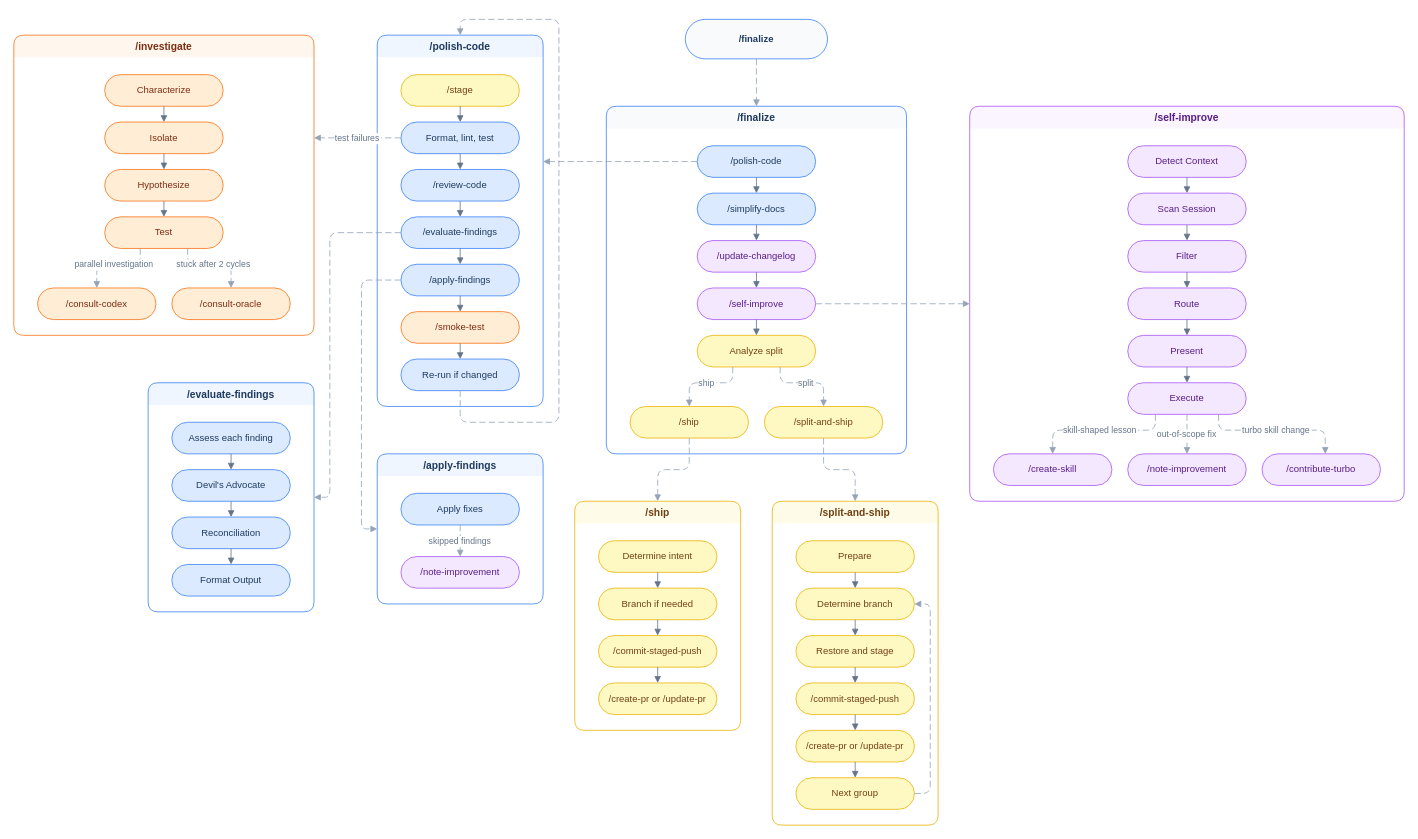
The draw.io diagram assets/how-finalize-connects.drawio in tobihagemann/turbo, before the edit. Source tidied: cells renumbered, new cells numbered last; positions are measured from the earlier drawing's top-left corner, leaving out a move shared by most shapes. Both pictures are drawn from the tidied source at 79%, with x=0, y=0 at pixel (13, 19).
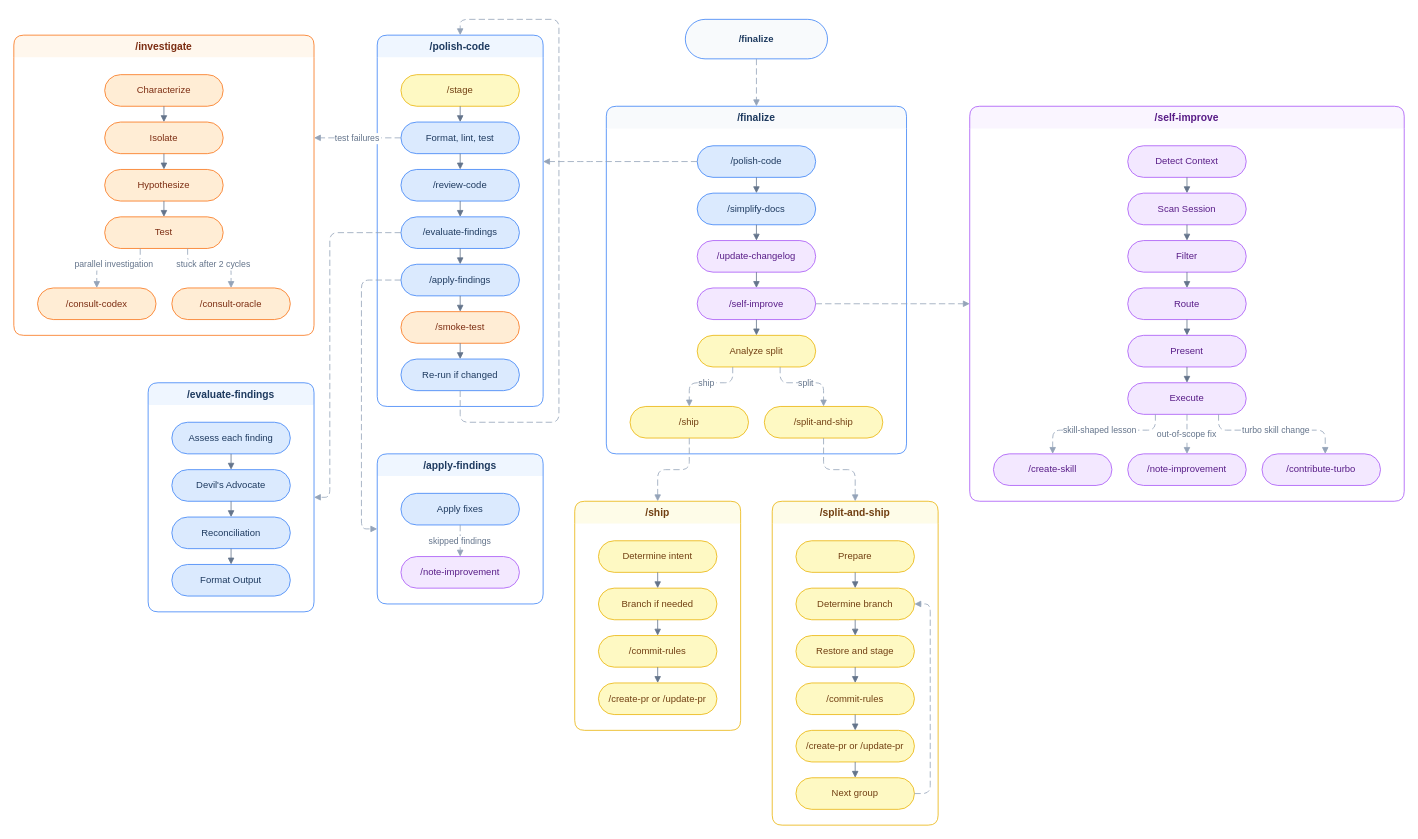
The same diagram, later.

Commit message (it also covers changes not shown here):
Route /ship and /split-and-ship commits through /commit-rules and recommend by git history

Unchanged cells that the change refers to:
```xml
<mxCell id="75" value="/ship" style="swimlane;startSize=28;rounded=1;fillColor=#fefce8;strokeColor=#eab308;fontColor=#713f12;fontStyle=1;fontSize=13;swimlaneLine=0;" parent="1" vertex="1">
  <mxGeometry x="710" y="610" width="210" height="290" as="geometry" />
</mxCell>
<mxCell id="83" value="/split-and-ship" style="swimlane;startSize=28;rounded=1;fillColor=#fefce8;strokeColor=#eab308;fontColor=#713f12;fontStyle=1;fontSize=13;swimlaneLine=0;" parent="1" vertex="1">
  <mxGeometry x="960" y="610" width="210" height="410" as="geometry" />
</mxCell>
```

Change to the diagram source:
```diff
@@
-    <mxCell id="78" value="/commit-staged-push" style="rounded=1;whiteSpace=wrap;html=1;arcSize=50;fillColor=#fef9c3;strokeColor=#eab308;fontColor=#713f12;fontSize=12;" parent="75" vertex="1">
+    <mxCell id="78" value="/commit-rules" style="rounded=1;whiteSpace=wrap;html=1;arcSize=50;fillColor=#fef9c3;strokeColor=#eab308;fontColor=#713f12;fontSize=12;" parent="75" vertex="1">
       <mxGeometry x="30" y="170" width="150" height="40" as="geometry" />
     </mxCell>
@@
-    <mxCell id="87" value="/commit-staged-push" style="rounded=1;whiteSpace=wrap;html=1;arcSize=50;fillColor=#fef9c3;strokeColor=#eab308;fontColor=#713f12;fontSize=12;" parent="83" vertex="1">
+    <mxCell id="87" value="/commit-rules" style="rounded=1;whiteSpace=wrap;html=1;arcSize=50;fillColor=#fef9c3;strokeColor=#eab308;fontColor=#713f12;fontSize=12;" parent="83" vertex="1">
       <mxGeometry x="30" y="230" width="150" height="40" as="geometry" />
     </mxCell>
```
